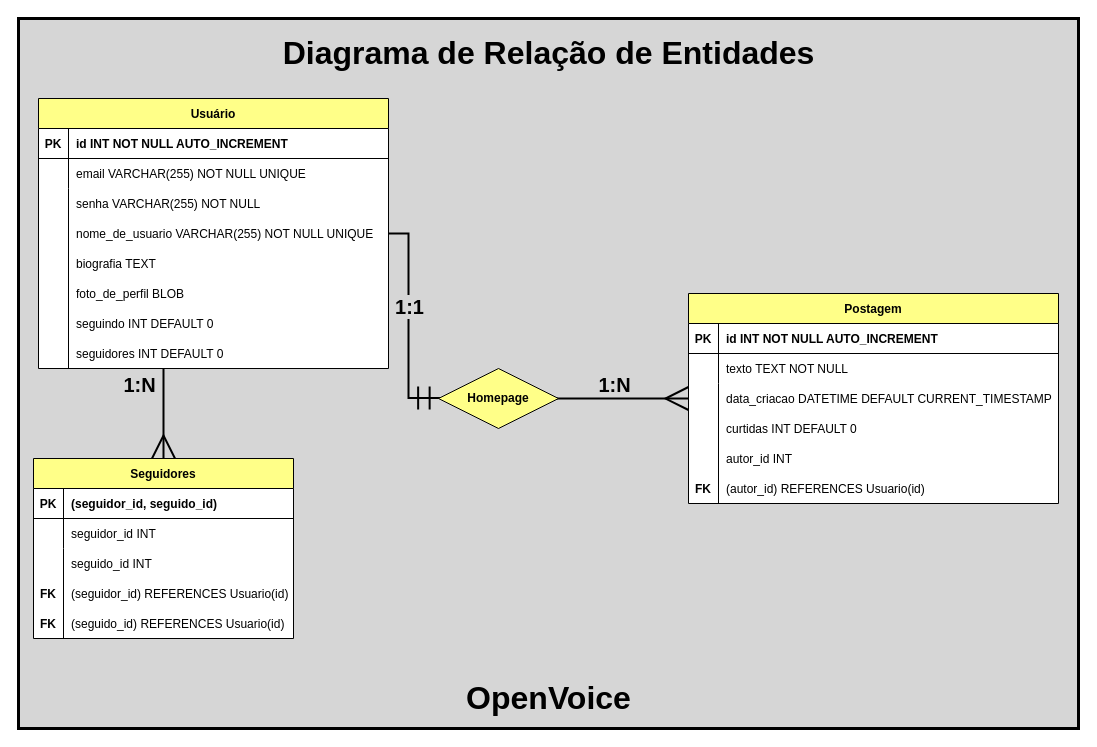
VerbalThree/OpenVoice keeps this draw.io diagram as misc/diagramas/Diagrama de Relação de Entidades/Diagrama de Relação de Entidades.drawio. Above is the earlier version. Source tidied: cells renumbered, new cells numbered last; positions are measured from the earlier drawing's top-left corner, leaving out a move shared by most shapes. Both pictures are drawn from the tidied source at 100%, with x=0, y=0 at pixel (18, 18).
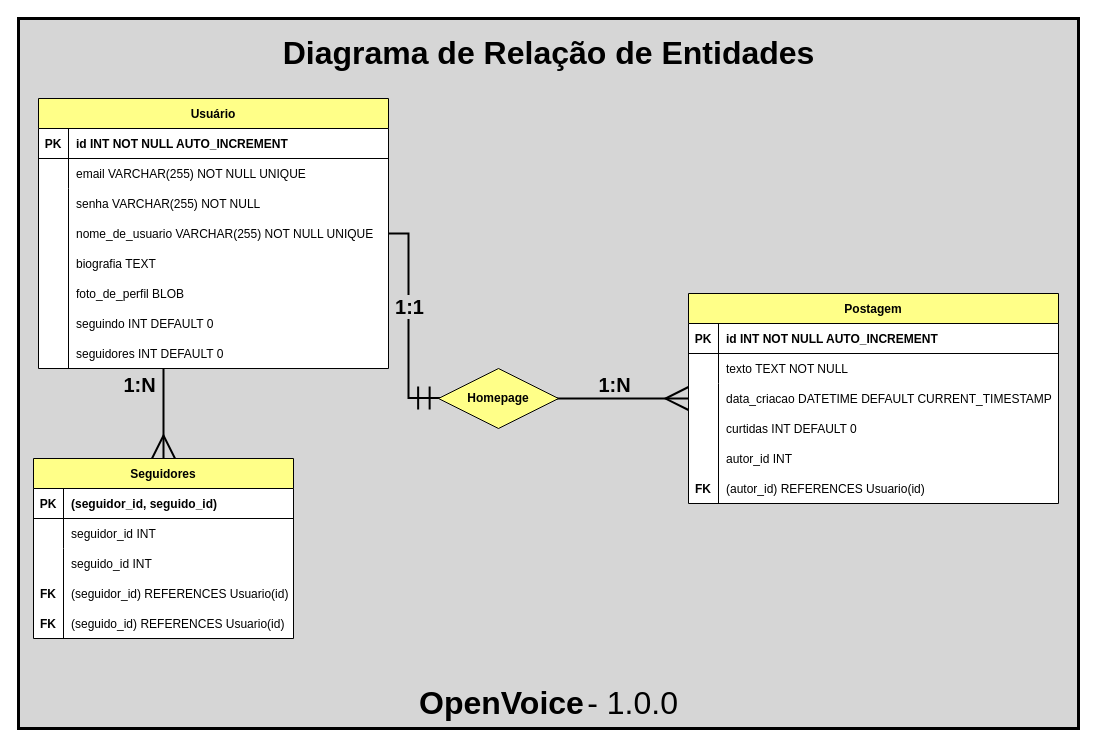
The same page after the edit.

The edit, as a diff of the source:
```diff
@@
-    <mxCell id="54" value="&lt;b&gt;&lt;font style=&quot;font-size: 32px;&quot;&gt;OpenVoice&lt;/font&gt;&lt;/b&gt;" style="text;html=1;align=center;verticalAlign=middle;strokeColor=none;fillColor=none;" parent="1" vertex="1">
-      <mxGeometry x="435" y="655" width="190" height="50" as="geometry" />
+    <mxCell id="54" value="&lt;b&gt;&lt;font style=&quot;font-size: 32px;&quot;&gt;OpenVoice&lt;/font&gt;&lt;/b&gt; &lt;font style=&quot;font-size: 32px;&quot;&gt;- 1.0.0&lt;/font&gt;" style="text;html=1;align=center;verticalAlign=middle;strokeColor=none;fillColor=none;" parent="1" vertex="1">
+      <mxGeometry x="391" y="660" width="278" height="50" as="geometry" />
     </mxCell>
```
